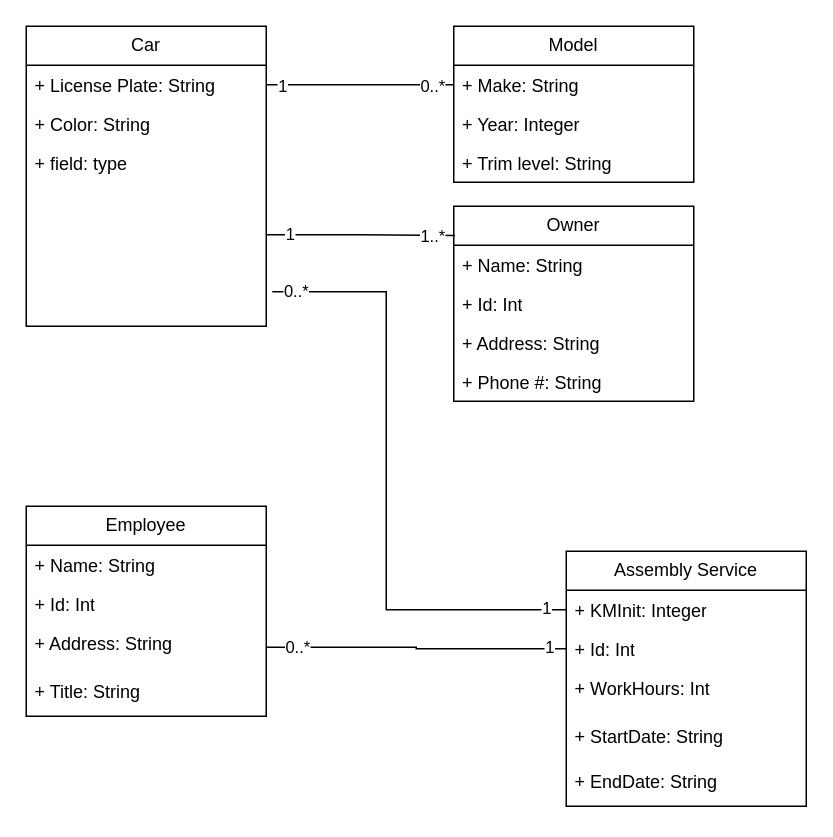
The draw.io diagram 4314ass1parta.drawio in DylanBriSmith/4313Drawings, before the edit. Source tidied: cells renumbered, new cells numbered last; positions are measured from the earlier drawing's top-left corner, leaving out a move shared by most shapes. Both pictures are drawn from the tidied source at 150%, with x=0, y=0 at pixel (26, 26).
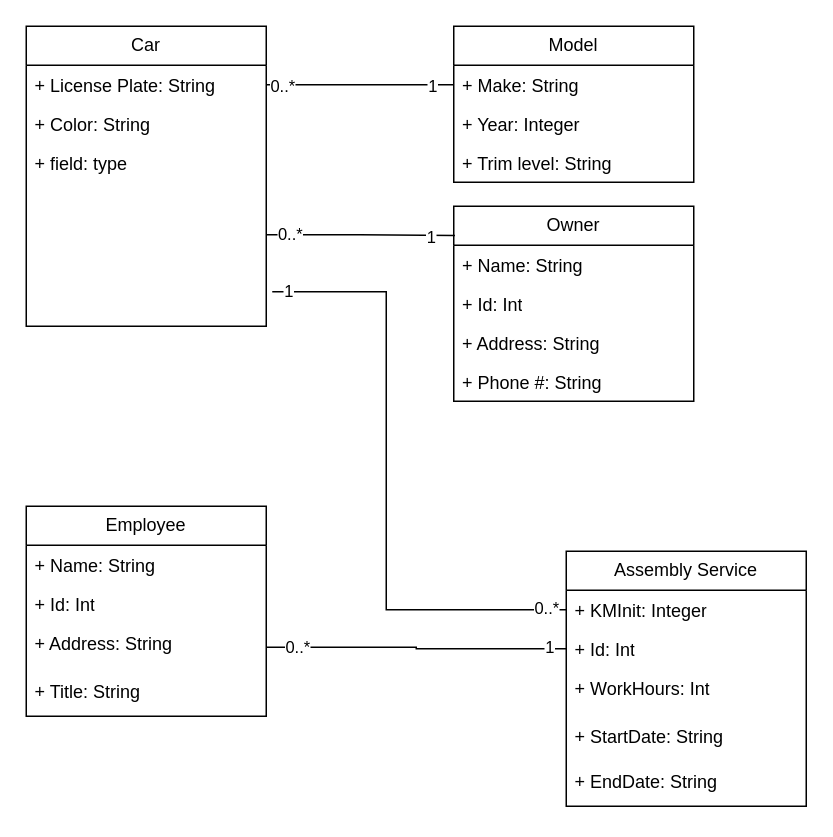
Above is the later version.

Commit message:
cardinalities redone

Unchanged cells that the change refers to:
```xml
<mxCell id="5" value="+ field: type" style="text;strokeColor=none;fillColor=none;align=left;verticalAlign=top;spacingLeft=4;spacingRight=4;overflow=hidden;points=[[0,0.5],[1,0.5]];portConstraint=eastwest;whiteSpace=wrap;html=1;" parent="2" vertex="1">
  <mxGeometry y="78" width="160" height="122" as="geometry" />
</mxCell>
<mxCell id="10" style="edgeStyle=orthogonalEdgeStyle;rounded=0;jettySize=auto;html=1;entryX=0;entryY=0.5;entryDx=0;entryDy=0;endArrow=none;endFill=0;" parent="1" edge="1" source="3" target="7">
  <mxGeometry relative="1" as="geometry" />
</mxCell>
<mxCell id="13" value="Owner" style="swimlane;fontStyle=0;horizontal=1;startSize=26;fillColor=none;whiteSpace=wrap;html=1;" parent="1" vertex="1">
  <mxGeometry x="285" y="120" width="160" height="130" as="geometry" />
</mxCell>
<mxCell id="34" style="edgeStyle=orthogonalEdgeStyle;rounded=0;jettySize=auto;html=1;entryX=0;entryY=0.5;entryDx=0;entryDy=0;endArrow=none;endFill=0;" parent="1" edge="1" target="26">
  <mxGeometry relative="1" as="geometry">
    <mxPoint x="164" y="177" as="sourcePoint" />
    <Array as="points">
      <mxPoint x="240" y="177" />
      <mxPoint x="240" y="389" />
    </Array>
  </mxGeometry>
</mxCell>
```

What changed in the source:
```diff
@@
-    <mxCell id="11" value="1" style="edgeLabel;html=1;align=center;verticalAlign=middle;" parent="10" vertex="1">
+    <mxCell id="11" value="0..*" style="edgeLabel;html=1;align=center;verticalAlign=middle;" parent="10" vertex="1">
       <mxGeometry x="-0.84" relative="1" as="geometry" />
     </mxCell>
-    <mxCell id="12" value="0..*" style="edgeLabel;html=1;align=center;verticalAlign=middle;" parent="10" vertex="1">
+    <mxCell id="12" value="1" style="edgeLabel;html=1;align=center;verticalAlign=middle;" parent="10" vertex="1">
       <mxGeometry x="0.76" relative="1" as="geometry" />
     </mxCell>
@@
-    <mxCell id="18" value="1..*" style="edgeStyle=orthogonalEdgeStyle;rounded=0;jettySize=auto;html=1;endArrow=none;endFill=0;entryX=0.005;entryY=0.15;entryDx=0;entryDy=0;entryPerimeter=0;" parent="1" edge="1" source="5" target="13">
-      <mxGeometry x="0.75" relative="1" as="geometry" />
+    <mxCell id="18" value="1" style="edgeStyle=orthogonalEdgeStyle;rounded=0;jettySize=auto;html=1;endArrow=none;endFill=0;entryX=0.005;entryY=0.15;entryDx=0;entryDy=0;entryPerimeter=0;" parent="1" edge="1" source="5" target="13">
+      <mxGeometry x="0.74" y="-1" relative="1" as="geometry" />
     </mxCell>
-    <mxCell id="19" value="1" style="edgeLabel;html=1;align=center;verticalAlign=middle;" parent="18" vertex="1">
+    <mxCell id="19" value="0..*" style="edgeLabel;html=1;align=center;verticalAlign=middle;" parent="18" vertex="1">
       <mxGeometry x="-0.76" y="1" relative="1" as="geometry" />
     </mxCell>
@@
-    <mxCell id="35" value="1" style="edgeLabel;html=1;align=center;verticalAlign=middle;" parent="34" vertex="1">
+    <mxCell id="35" value="0..*" style="edgeLabel;html=1;align=center;verticalAlign=middle;" parent="34" vertex="1">
       <mxGeometry x="0.93" y="2" relative="1" as="geometry" />
     </mxCell>
-    <mxCell id="36" value="0..*" style="edgeLabel;html=1;align=center;verticalAlign=middle;" parent="34" vertex="1">
-      <mxGeometry x="-0.97" y="1" relative="1" as="geometry">
-        <mxPoint x="9" as="offset" />
-      </mxGeometry>
-    </mxCell>
+    <mxCell id="37" value="1" style="edgeLabel;html=1;align=center;verticalAlign=middle;" parent="34" vertex="1">
+      <mxGeometry x="-0.95" y="1" relative="1" as="geometry" />
+    </mxCell>
```
